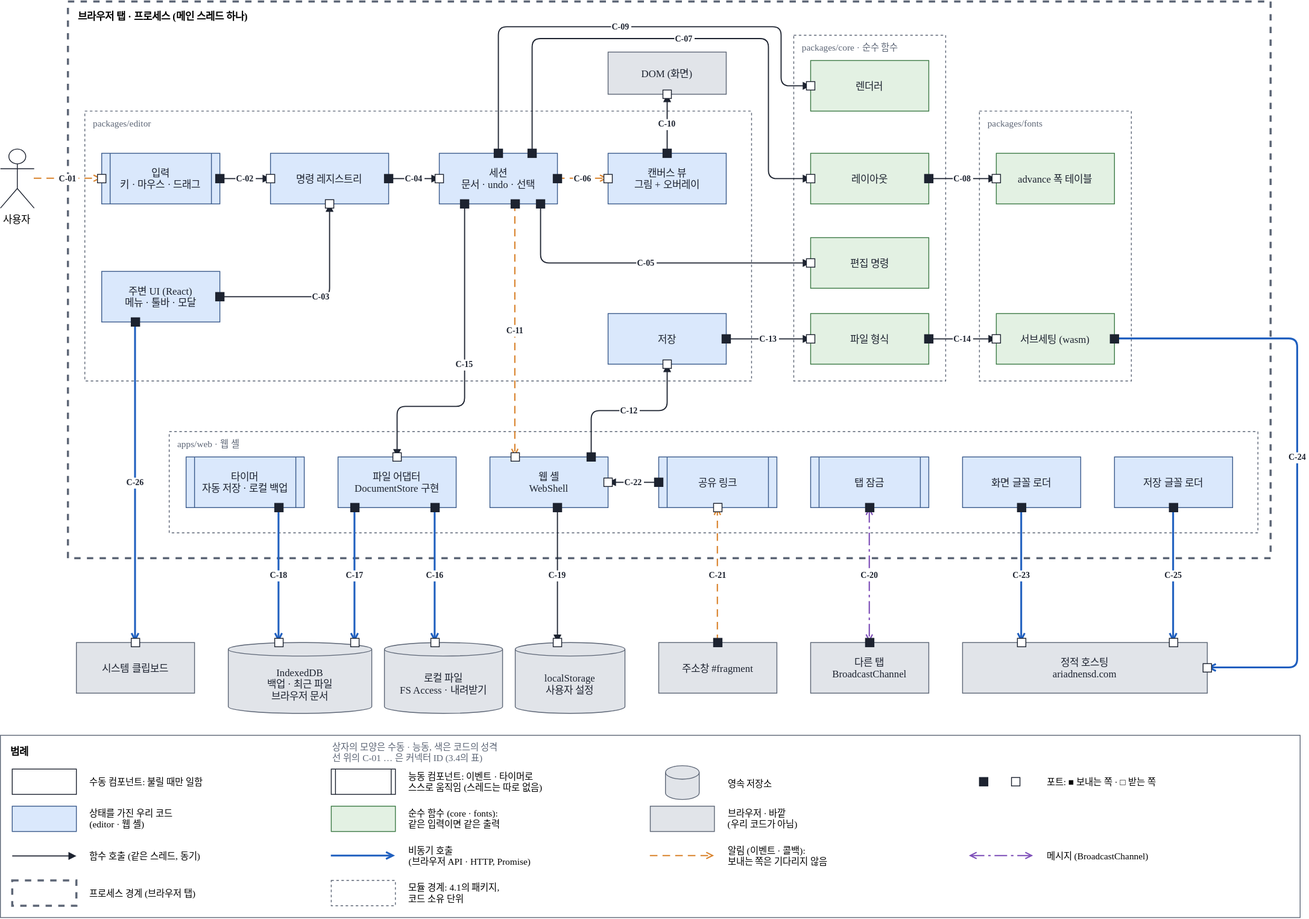
This is docs/03-architecture/assets/cc-view-web.drawio.svg from reddiana/AriadneNSD, a draw.io export, as it was before one commit. Source tidied: cells renumbered, new cells last; positions are measured from the earlier drawing's top-left corner, leaving out a move shared by most shapes.
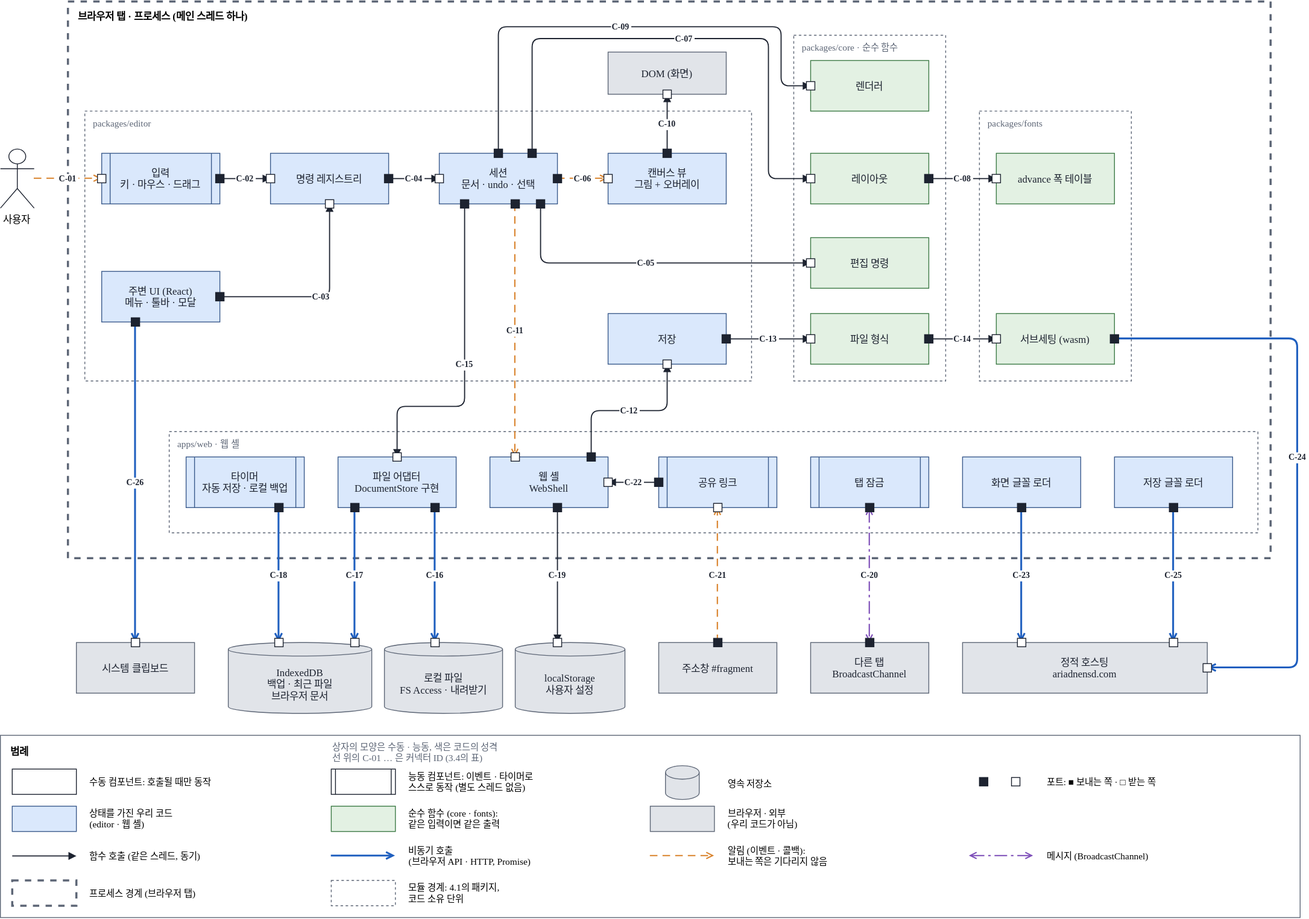
Later version of the same file.

Commit message:
docs(architecture): 아키텍처 문서와 C&C 범례의 말을 개발자의 용어로

Change to the diagram source:
```diff
@@ -443,13 +443,13 @@
     <mxCell id="113" style="rounded=0;html=0;fillColor=#ffffff;strokeColor=#1d2330;fontColor=#1d2330;" parent="1" vertex="1">
       <mxGeometry x="14" y="910" width="76" height="30" as="geometry" />
     </mxCell>
-    <mxCell id="114" value="수동 컴포넌트: 불릴 때만 일함" style="text;html=0;align=left;verticalAlign=middle;fontFamily=Malgun Gothic;fontSize=12;fontSize=11;" parent="1" vertex="1">
+    <mxCell id="114" value="수동 컴포넌트: 호출될 때만 동작" style="text;html=0;align=left;verticalAlign=middle;fontFamily=Malgun Gothic;fontSize=12;fontSize=11;" parent="1" vertex="1">
       <mxGeometry x="104" y="910" width="186" height="30" as="geometry" />
     </mxCell>
     <mxCell id="115" style="shape=process;size=0.07;rounded=0;html=0;fillColor=#ffffff;strokeColor=#1d2330;fontColor=#1d2330;" parent="1" vertex="1">
       <mxGeometry x="392" y="910" width="76" height="30" as="geometry" />
     </mxCell>
-    <mxCell id="116" value="능동 컴포넌트: 이벤트 · 타이머로&#10;스스로 움직임 (스레드는 따로 없음)" style="text;html=0;align=left;verticalAlign=middle;fontFamily=Malgun Gothic;fontSize=12;fontSize=11;" parent="1" vertex="1">
+    <mxCell id="116" value="능동 컴포넌트: 이벤트 · 타이머로&#10;스스로 동작 (별도 스레드 없음)" style="text;html=0;align=left;verticalAlign=middle;fontFamily=Malgun Gothic;fontSize=12;fontSize=11;" parent="1" vertex="1">
       <mxGeometry x="482" y="910" width="186" height="30" as="geometry" />
     </mxCell>
     <mxCell id="117" style="rounded=0;html=0;fillColor=#e3f1e3;strokeColor=#3c7a45;fontColor=#1d2330;" parent="1" vertex="1">
@@ -467,7 +467,7 @@
     <mxCell id="121" style="rounded=0;html=0;fillColor=#e1e4e9;strokeColor=#5d6676;fontColor=#1d2330;" parent="1" vertex="1">
       <mxGeometry x="770" y="954" width="76" height="30" as="geometry" />
     </mxCell>
-    <mxCell id="122" value="브라우저 · 바깥&#10;(우리 코드가 아님)" style="text;html=0;align=left;verticalAlign=middle;fontFamily=Malgun Gothic;fontSize=12;fontSize=11;" parent="1" vertex="1">
+    <mxCell id="122" value="브라우저 · 외부&#10;(우리 코드가 아님)" style="text;html=0;align=left;verticalAlign=middle;fontFamily=Malgun Gothic;fontSize=12;fontSize=11;" parent="1" vertex="1">
       <mxGeometry x="860" y="954" width="186" height="30" as="geometry" />
     </mxCell>
     <mxCell id="123" style="shape=cylinder3;boundedLbl=1;size=8;html=0;fillColor=#e1e4e9;strokeColor=#5d6676;fontColor=#1d2330;" parent="1" vertex="1">
```
